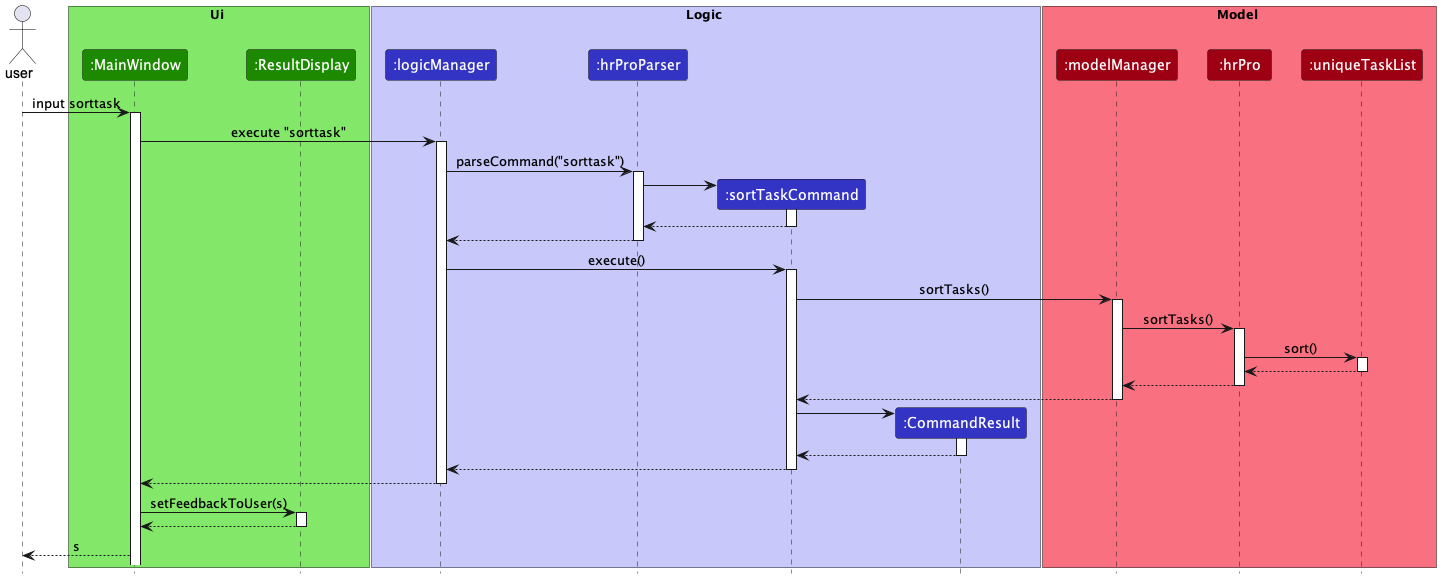
The PlantUML diagram docs/images/SortTaskSequenceDiagram.png in nus-cs2103-AY2223S1/tp, before a commit.
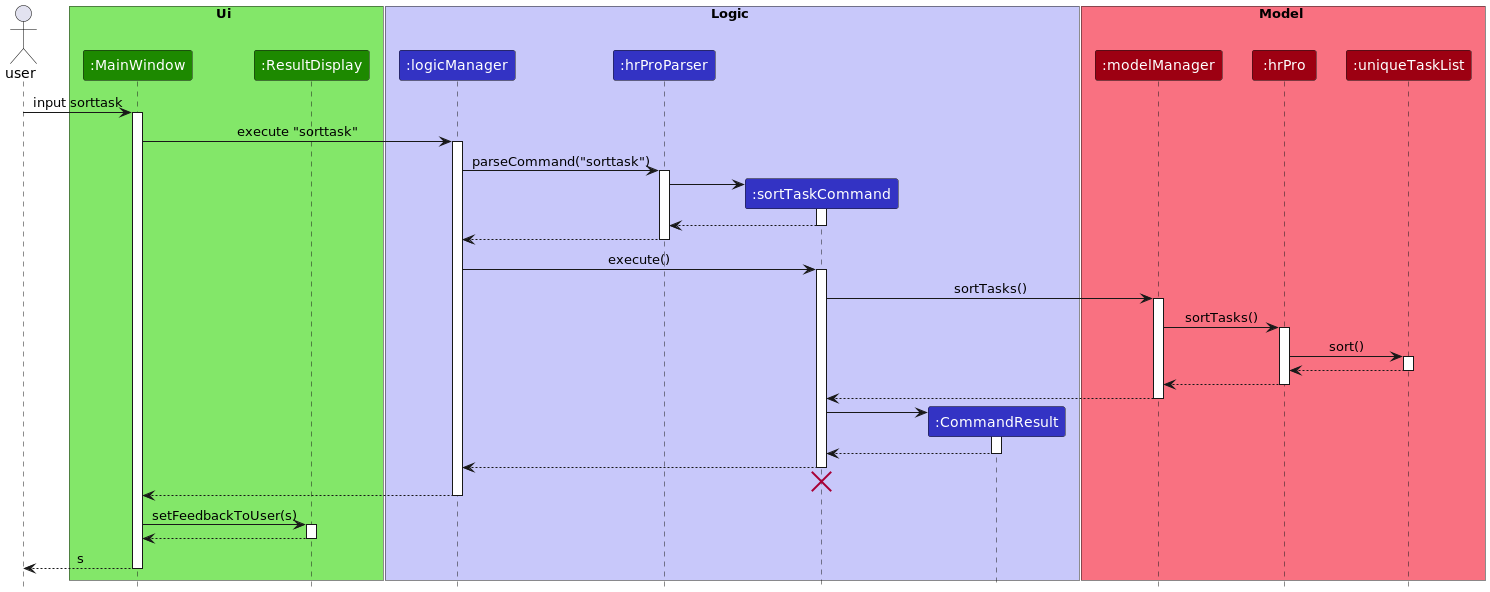
Later version of the same file.

What changed in the source:
```diff
@@ -71,6 +71,8 @@
 
 sortTaskCommand --> logicManager
 deactivate sortTaskCommand
+sortTaskCommand -[hidden]-> logicManager
+destroy sortTaskCommand
 
 logicManager --> mainWindow
 deactivate logicManager
@@ -82,5 +84,5 @@
 deactivate resultDisplay
 
 mainWindow --> user : s
-
+deactivate mainWindow
 @enduml
```
